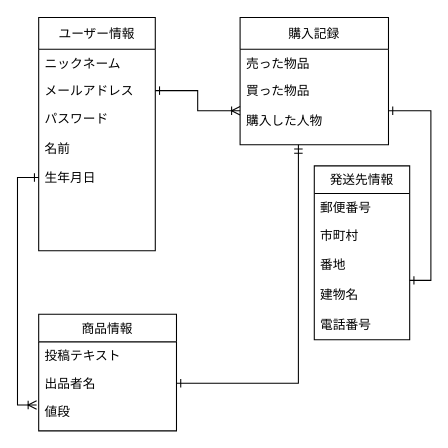
The draw.io diagram furima.dio in MotoMoto1030/furima-35186, before the edit. Source tidied: cells renumbered, new cells numbered last; positions are measured from the earlier drawing's top-left corner, leaving out a move shared by most shapes. Both pictures are drawn from the tidied source at 106%, with x=0, y=0 at pixel (38, 17).
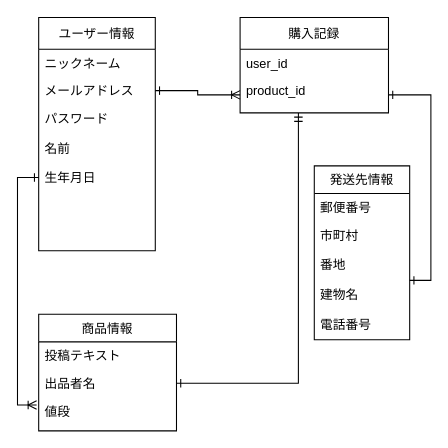
The same diagram, later.

What changed in the source:
```diff
@@
     <mxCell id="10" value="購入記録" style="swimlane;fontStyle=0;horizontal=1;startSize=30;fillColor=none;align=center;" parent="1" vertex="1">
-      <mxGeometry x="190" width="140" height="120" as="geometry" />
+      <mxGeometry x="190" width="140" height="90" as="geometry" />
     </mxCell>
-    <mxCell id="11" value="売った物品" style="text;strokeColor=none;fillColor=none;align=left;verticalAlign=top;spacingLeft=4;spacingRight=4;overflow=hidden;" parent="10" vertex="1">
+    <mxCell id="11" value="user_id" style="text;strokeColor=none;fillColor=none;align=left;verticalAlign=top;spacingLeft=4;spacingRight=4;overflow=hidden;" parent="10" vertex="1">
       <mxGeometry y="30" width="140" height="26" as="geometry" />
     </mxCell>
-    <mxCell id="12" value="買った物品&#10;&#10;購入した人物&#10;" style="text;strokeColor=none;fillColor=none;align=left;verticalAlign=top;spacingLeft=4;spacingRight=4;overflow=hidden;points=[[0,0.5],[1,0.5]];portConstraint=eastwest;" parent="10" vertex="1">
-      <mxGeometry y="56" width="140" height="64" as="geometry" />
+    <mxCell id="12" value="product_id&#10;" style="text;strokeColor=none;fillColor=none;align=left;verticalAlign=top;spacingLeft=4;spacingRight=4;overflow=hidden;points=[[0,0.5],[1,0.5]];portConstraint=eastwest;" parent="10" vertex="1">
+      <mxGeometry y="56" width="140" height="34" as="geometry" />
     </mxCell>
```
